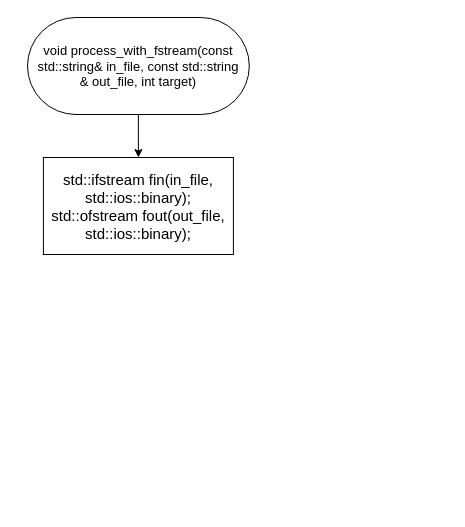
The draw.io diagram LAB8_process_with_fstream.drawio in kravecila28-ops/Block-diagram_templates, before the edit. Source tidied: cells renumbered, new cells numbered last; positions are measured from the earlier drawing's top-left corner, leaving out a move shared by most shapes. Both pictures are drawn from the tidied source at 100%, with x=0, y=0 at pixel (27, 17).
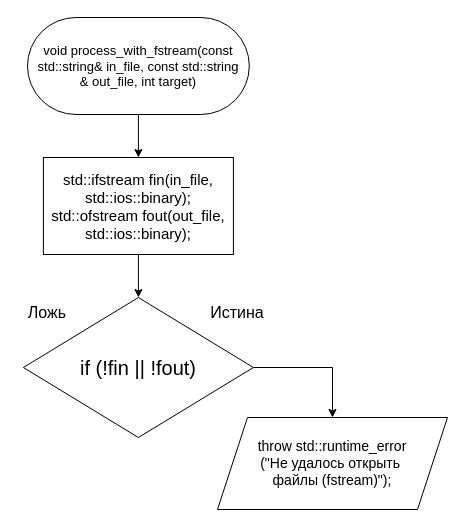
After the change.

Diff of the diagram source:
```diff
@@
 <mxGraphModel>
   <root>
     <mxCell id="0" />
     <mxCell id="1" parent="0" />
     <mxCell id="2" style="edgeStyle=orthogonalEdgeStyle;rounded=0;jettySize=auto;html=1;exitX=0.5;exitY=1;exitDx=0;exitDy=0;entryX=0.5;entryY=0;entryDx=0;entryDy=0;" parent="1" edge="1" source="3" target="4">
       <mxGeometry relative="1" as="geometry" />
     </mxCell>
     <mxCell id="3" value="&lt;font style=&quot;font-size: 13px;&quot;&gt;void process_with_fstream(const std::string&amp;amp; in_file, const std::string&lt;/font&gt;&lt;div&gt;&lt;font style=&quot;font-size: 13px;&quot;&gt;&amp;amp; out_file, int target)&lt;/font&gt;&lt;/div&gt;" style="rounded=1;whiteSpace=wrap;html=1;arcSize=50;labelBackgroundColor=none;" parent="1" vertex="1">
       <mxGeometry width="221.8" height="97" as="geometry" />
     </mxCell>
+    <mxCell id="5" style="edgeStyle=orthogonalEdgeStyle;rounded=0;jettySize=auto;html=1;exitX=0.5;exitY=1;exitDx=0;exitDy=0;entryX=0.5;entryY=0;entryDx=0;entryDy=0;" parent="1" edge="1" source="4" target="7">
+      <mxGeometry relative="1" as="geometry" />
+    </mxCell>
     <mxCell id="4" value="&lt;div&gt;&lt;font style=&quot;font-size: 15px;&quot;&gt;std::ifstream fin(in_file, std::ios::binary);&lt;/font&gt;&lt;/div&gt;&lt;div&gt;&lt;font style=&quot;font-size: 15px;&quot;&gt;std::ofstream fout(out_file, std::ios::binary);&lt;/font&gt;&lt;/div&gt;" style="rounded=0;whiteSpace=wrap;html=1;labelBackgroundColor=none;" parent="1" vertex="1">
       <mxGeometry x="15.9" y="140" width="190" height="97" as="geometry" />
     </mxCell>
+    <mxCell id="6" style="edgeStyle=orthogonalEdgeStyle;rounded=0;jettySize=auto;html=1;exitX=1;exitY=0.5;exitDx=0;exitDy=0;entryX=0.5;entryY=0;entryDx=0;entryDy=0;" parent="1" edge="1" source="7" target="10">
+      <mxGeometry relative="1" as="geometry" />
+    </mxCell>
+    <mxCell id="7" value="&lt;font style=&quot;font-size: 20px;&quot;&gt;if (!fin || !fout)&lt;/font&gt;" style="rhombus;whiteSpace=wrap;html=1;labelBackgroundColor=none;" parent="1" vertex="1">
+      <mxGeometry x="-4.1" y="280" width="230" height="140" as="geometry" />
+    </mxCell>
+    <mxCell id="8" value="&lt;font style=&quot;font-size: 16px;&quot;&gt;Истина&lt;/font&gt;" style="text;html=1;whiteSpace=wrap;strokeColor=none;fillColor=none;align=center;verticalAlign=middle;rounded=0;labelBackgroundColor=none;" parent="1" vertex="1">
+      <mxGeometry x="180" y="280" width="60" height="30" as="geometry" />
+    </mxCell>
+    <mxCell id="9" value="&lt;span style=&quot;font-size: 16px;&quot;&gt;Ложь&lt;/span&gt;" style="text;html=1;whiteSpace=wrap;strokeColor=none;fillColor=none;align=center;verticalAlign=middle;rounded=0;labelBackgroundColor=none;" parent="1" vertex="1">
+      <mxGeometry x="-10" y="280" width="60" height="30" as="geometry" />
+    </mxCell>
+    <mxCell id="10" value="&lt;font style=&quot;font-size: 14px;&quot;&gt;throw std::runtime_error&lt;/font&gt;&lt;div&gt;&lt;font style=&quot;font-size: 14px;&quot;&gt;(&quot;Не удалось открыть&amp;nbsp;&lt;/font&gt;&lt;/div&gt;&lt;div&gt;&lt;font style=&quot;font-size: 14px;&quot;&gt;файлы (fstream)&quot;);&lt;/font&gt;&lt;/div&gt;" style="shape=parallelogram;perimeter=parallelogramPerimeter;whiteSpace=wrap;html=1;fixedSize=1;labelBackgroundColor=none;size=30;" parent="1" vertex="1">
+      <mxGeometry x="190" y="400" width="230" height="92" as="geometry" />
+    </mxCell>
   </root>
 </mxGraphModel>
```
